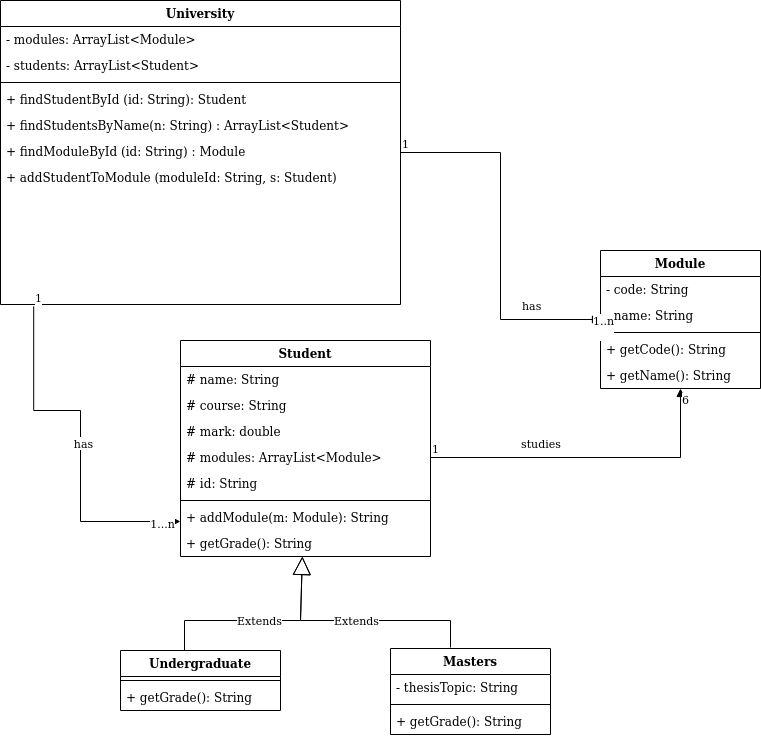
Before: images/COM528classdiagram1.png, a diagram exported from draw.io (nwcourses/nwcourses.github.io). Source tidied: cells renumbered, new cells last; positions are measured from the earlier drawing's top-left corner, leaving out a move shared by most shapes.
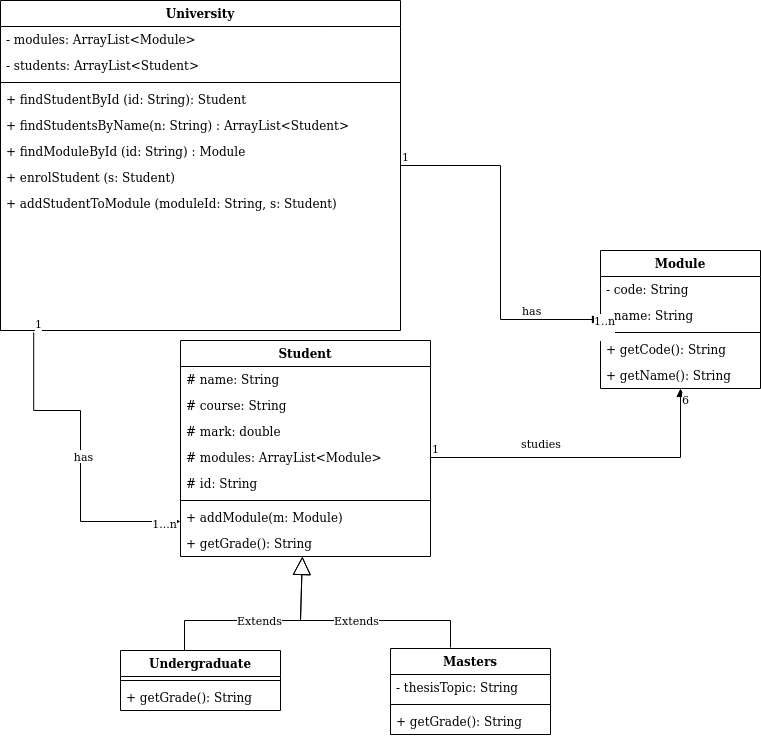
After the commit.

Commit message:
class diagram update

Diff of the diagram source:
```diff
@@ -3,7 +3,7 @@
     <mxCell id="0" />
     <mxCell id="1" parent="0" />
     <mxCell id="2" value="University" style="swimlane;fontStyle=1;align=center;verticalAlign=top;horizontal=1;startSize=26;" parent="1" vertex="1">
-      <mxGeometry width="400" height="304" as="geometry" />
+      <mxGeometry width="400" height="330" as="geometry" />
     </mxCell>
     <mxCell id="3" value="- modules: ArrayList&lt;Module&gt;" style="text;strokeColor=none;fillColor=none;align=left;verticalAlign=top;spacingLeft=4;spacingRight=4;overflow=hidden;" parent="2" vertex="1">
       <mxGeometry y="26" width="400" height="26" as="geometry" />
@@ -23,8 +23,11 @@
     <mxCell id="8" value="+ findModuleById (id: String) : Module" style="text;strokeColor=none;fillColor=none;align=left;verticalAlign=top;spacingLeft=4;spacingRight=4;overflow=hidden;" parent="2" vertex="1">
       <mxGeometry y="138" width="400" height="26" as="geometry" />
     </mxCell>
+    <mxCell id="44" value="+ enrolStudent (s: Student)" style="text;strokeColor=none;fillColor=none;align=left;verticalAlign=top;spacingLeft=4;spacingRight=4;overflow=hidden;" parent="2" vertex="1">
+      <mxGeometry y="164" width="400" height="26" as="geometry" />
+    </mxCell>
     <mxCell id="9" value="+ addStudentToModule (moduleId: String, s: Student)" style="text;strokeColor=none;fillColor=none;align=left;verticalAlign=top;spacingLeft=4;spacingRight=4;overflow=hidden;points=[[0,0.5],[1,0.5]];portConstraint=eastwest;" parent="2" vertex="1">
-      <mxGeometry y="164" width="400" height="140" as="geometry" />
+      <mxGeometry y="190" width="400" height="140" as="geometry" />
     </mxCell>
     <mxCell id="10" value="Student" style="swimlane;fontStyle=1;align=center;verticalAlign=top;horizontal=1;startSize=26;" parent="1" vertex="1">
       <mxGeometry x="180" y="340" width="250" height="216" as="geometry" />
@@ -47,7 +50,7 @@
     <mxCell id="16" style="line;strokeWidth=1;fillColor=none;align=left;verticalAlign=middle;spacingTop=-1;spacingLeft=3;spacingRight=3;labelPosition=right;strokeColor=inherit;" parent="10" vertex="1">
       <mxGeometry y="156" width="250" height="8" as="geometry" />
     </mxCell>
-    <mxCell id="17" value="+ addModule(m: Module): String" style="text;strokeColor=none;fillColor=none;align=left;verticalAlign=top;spacingLeft=4;spacingRight=4;overflow=hidden;" parent="10" vertex="1">
+    <mxCell id="17" value="+ addModule(m: Module)&#10;" style="text;strokeColor=none;fillColor=none;align=left;verticalAlign=top;spacingLeft=4;spacingRight=4;overflow=hidden;" parent="10" vertex="1">
       <mxGeometry y="164" width="250" height="26" as="geometry" />
     </mxCell>
     <mxCell id="18" value="+ getGrade(): String&#10;" style="text;strokeColor=none;fillColor=none;align=left;verticalAlign=top;spacingLeft=4;spacingRight=4;overflow=hidden;" parent="10" vertex="1">
```
